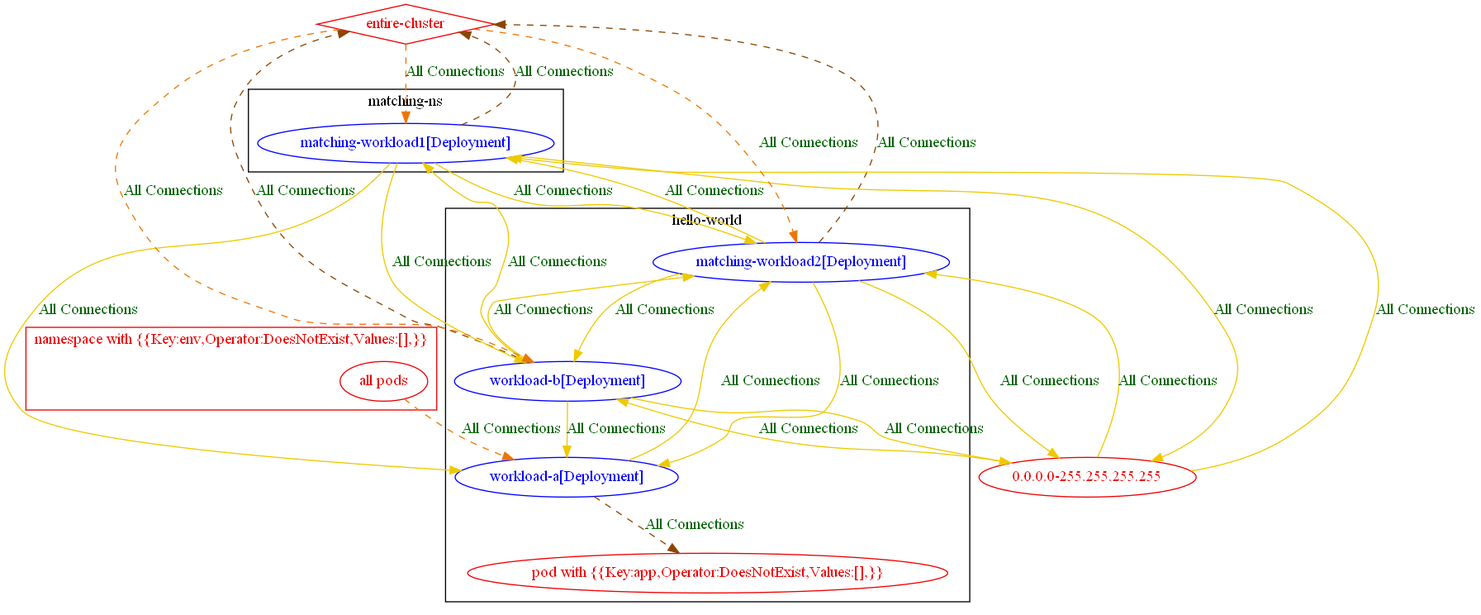
Before: test_outputs/connlist/exposure_test_with_match_expression_does_not_exist_op_with_matching_pods_exposure_output.dot.png, a diagram exported from Graphviz (np-guard/netpol-analyzer). Its source is kept beside it as test_outputs/connlist/exposure_test_with_match_expression_does_not_exist_op_with_matching_pods_exposure_output.dot.
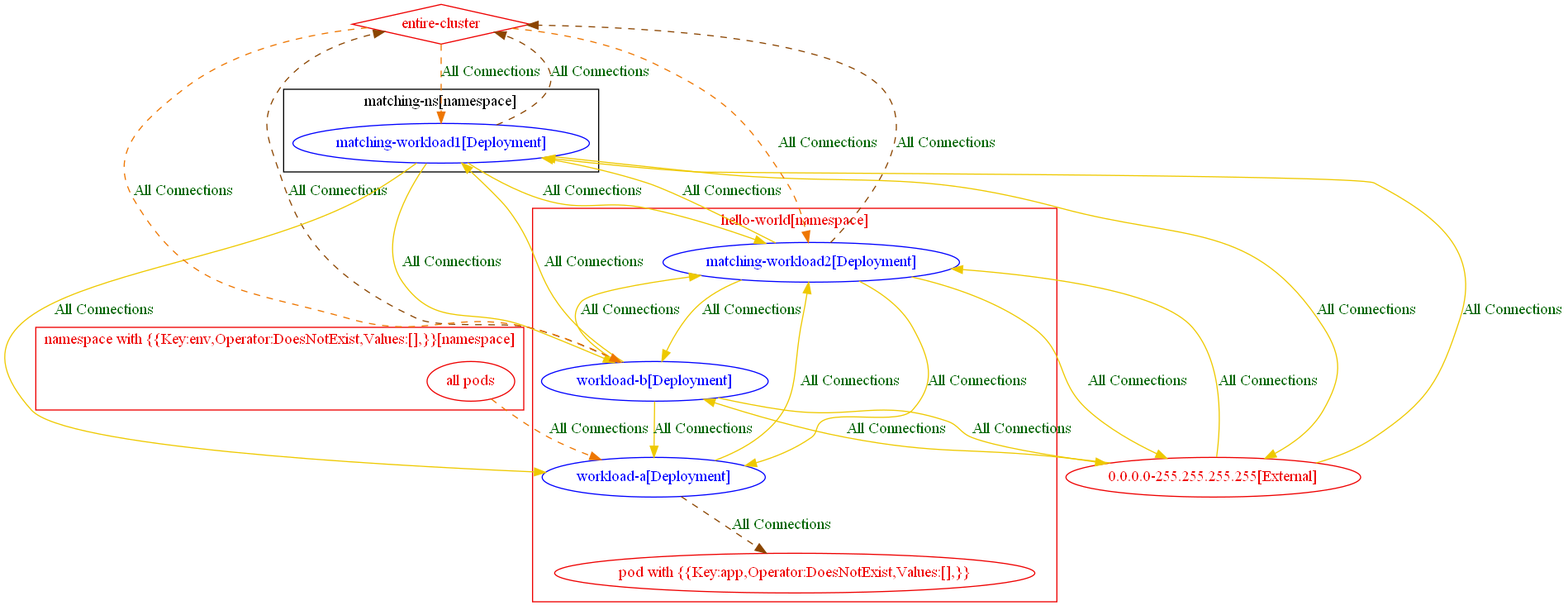
Later version of the same file.

What changed in the source:
```diff
@@ -1,47 +1,52 @@
 digraph {
-	subgraph "cluster_hello_world" {
+	subgraph "cluster_hello_world[namespace]" {
 		color="black"
 		fontcolor="black"
 		"hello-world/matching-workload2[Deployment]" [label="matching-workload2[Deployment]" color="blue" fontcolor="blue"]
 		"hello-world/workload-a[Deployment]" [label="workload-a[Deployment]" color="blue" fontcolor="blue"]
 		"hello-world/workload-b[Deployment]" [label="workload-b[Deployment]" color="blue" fontcolor="blue"]
-		"pod with {{Key:app,Operator:DoesNotExist,Values:[],}}_in_hello-world" [label="pod with {{Key:app,Operator:DoesNotExist,Values:[],}}" color="red2" fontcolor="red2"]
-		label="hello-world"
+		label="hello-world[namespace]"
 	}
-	subgraph "cluster_matching_ns" {
+	subgraph "cluster_matching_ns[namespace]" {
 		color="black"
 		fontcolor="black"
 		"matching-ns/matching-workload1[Deployment]" [label="matching-workload1[Deployment]" color="blue" fontcolor="blue"]
-		label="matching-ns"
+		label="matching-ns[namespace]"
 	}
-	subgraph "cluster_namespace with {{Key:env,Operator:DoesNotExist,Values:[],}}" {
+	subgraph "cluster_hello_world[namespace]" {
+		color="red2"
+		fontcolor="red2"
+		"pod with {{Key:app,Operator:DoesNotExist,Values:[],}}_in_hello-world" [label="pod with {{Key:app,Operator:DoesNotExist,Values:[],}}" color="red2" fontcolor="red2"]
+		label="hello-world[namespace]"
+	}
+	subgraph "cluster_namespace with {{Key:env,Operator:DoesNotExist,Values:[],}}[namespace]" {
 		color="red2"
 		fontcolor="red2"
 		"all pods_in_namespace with {{Key:env,Operator:DoesNotExist,Values:[],}}" [label="all pods" color="red2" fontcolor="red2"]
-		label="namespace with {{Key:env,Operator:DoesNotExist,Values:[],}}"
+		label="namespace with {{Key:env,Operator:DoesNotExist,Values:[],}}[namespace]"
 	}
-	"0.0.0.0-255.255.255.255" [label="0.0.0.0-255.255.255.255" color="red2" fontcolor="red2"]
+	"0.0.0.0-255.255.255.255[External]" [label="0.0.0.0-255.255.255.255[External]" color="red2" fontcolor="red2"]
 	"entire-cluster" [label="entire-cluster" color="red2" fontcolor="red2" shape=diamond]
-	"0.0.0.0-255.255.255.255" -> "hello-world/matching-workload2[Deployment]" [label="All Connections" color="gold2" fontcolor="darkgreen" weight=0.5]
-	"0.0.0.0-255.255.255.255" -> "hello-world/workload-b[Deployment]" [label="All Connections" color="gold2" fontcolor="darkgreen" weight=0.5]
-	"0.0.0.0-255.255.255.255" -> "matching-ns/matching-workload1[Deployment]" [label="All Connections" color="gold2" fontcolor="darkgreen" weight=0.5]
+	"0.0.0.0-255.255.255.255[External]" -> "hello-world/matching-workload2[Deployment]" [label="All Connections" color="gold2" fontcolor="darkgreen" weight=0.5]
+	"0.0.0.0-255.255.255.255[External]" -> "hello-world/workload-b[Deployment]" [label="All Connections" color="gold2" fontcolor="darkgreen" weight=0.5]
+	"0.0.0.0-255.255.255.255[External]" -> "matching-ns/matching-workload1[Deployment]" [label="All Connections" color="gold2" fontcolor="darkgreen" weight=0.5]
 	"all pods_in_namespace with {{Key:env,Operator:DoesNotExist,Values:[],}}" -> "hello-world/workload-a[Deployment]" [label="All Connections" color="darkorange2" fontcolor="darkgreen" weight=1 style=dashed]
 	"entire-cluster" -> "hello-world/matching-workload2[Deployment]" [label="All Connections" color="darkorange2" fontcolor="darkgreen" weight=1 style=dashed]
 	"entire-cluster" -> "hello-world/workload-b[Deployment]" [label="All Connections" color="darkorange2" fontcolor="darkgreen" weight=1 style=dashed]
 	"entire-cluster" -> "matching-ns/matching-workload1[Deployment]" [label="All Connections" color="darkorange2" fontcolor="darkgreen" weight=1 style=dashed]
-	"hello-world/matching-workload2[Deployment]" -> "0.0.0.0-255.255.255.255" [label="All Connections" color="gold2" fontcolor="darkgreen" weight=1]
+	"hello-world/matching-workload2[Deployment]" -> "0.0.0.0-255.255.255.255[External]" [label="All Connections" color="gold2" fontcolor="darkgreen" weight=1]
 	"hello-world/matching-workload2[Deployment]" -> "entire-cluster" [label="All Connections" color="darkorange4" fontcolor="darkgreen" weight=0.5 style=dashed]
 	"hello-world/matching-workload2[Deployment]" -> "hello-world/workload-a[Deployment]" [label="All Connections" color="gold2" fontcolor="darkgreen" weight=0.5]
 	"hello-world/matching-workload2[Deployment]" -> "hello-world/workload-b[Deployment]" [label="All Connections" color="gold2" fontcolor="darkgreen" weight=0.5]
 	"hello-world/matching-workload2[Deployment]" -> "matching-ns/matching-workload1[Deployment]" [label="All Connections" color="gold2" fontcolor="darkgreen" weight=0.5]
 	"hello-world/workload-a[Deployment]" -> "hello-world/matching-workload2[Deployment]" [label="All Connections" color="gold2" fontcolor="darkgreen" weight=1]
 	"hello-world/workload-a[Deployment]" -> "pod with {{Key:app,Operator:DoesNotExist,Values:[],}}_in_hello-world" [label="All Connections" color="darkorange4" fontcolor="darkgreen" weight=0.5 style=dashed]
-	"hello-world/workload-b[Deployment]" -> "0.0.0.0-255.255.255.255" [label="All Connections" color="gold2" fontcolor="darkgreen" weight=1]
+	"hello-world/workload-b[Deployment]" -> "0.0.0.0-255.255.255.255[External]" [label="All Connections" color="gold2" fontcolor="darkgreen" weight=1]
 	"hello-world/workload-b[Deployment]" -> "entire-cluster" [label="All Connections" color="darkorange4" fontcolor="darkgreen" weight=0.5 style=dashed]
 	"hello-world/workload-b[Deployment]" -> "hello-world/matching-workload2[Deployment]" [label="All Connections" color="gold2" fontcolor="darkgreen" weight=1]
 	"hello-world/workload-b[Deployment]" -> "hello-world/workload-a[Deployment]" [label="All Connections" color="gold2" fontcolor="darkgreen" weight=1]
 	"hello-world/workload-b[Deployment]" -> "matching-ns/matching-workload1[Deployment]" [label="All Connections" color="gold2" fontcolor="darkgreen" weight=0.5]
-	"matching-ns/matching-workload1[Deployment]" -> "0.0.0.0-255.255.255.255" [label="All Connections" color="gold2" fontcolor="darkgreen" weight=1]
+	"matching-ns/matching-workload1[Deployment]" -> "0.0.0.0-255.255.255.255[External]" [label="All Connections" color="gold2" fontcolor="darkgreen" weight=1]
 	"matching-ns/matching-workload1[Deployment]" -> "entire-cluster" [label="All Connections" color="darkorange4" fontcolor="darkgreen" weight=0.5 style=dashed]
 	"matching-ns/matching-workload1[Deployment]" -> "hello-world/matching-workload2[Deployment]" [label="All Connections" color="gold2" fontcolor="darkgreen" weight=1]
 	"matching-ns/matching-workload1[Deployment]" -> "hello-world/workload-a[Deployment]" [label="All Connections" color="gold2" fontcolor="darkgreen" weight=1]
```
